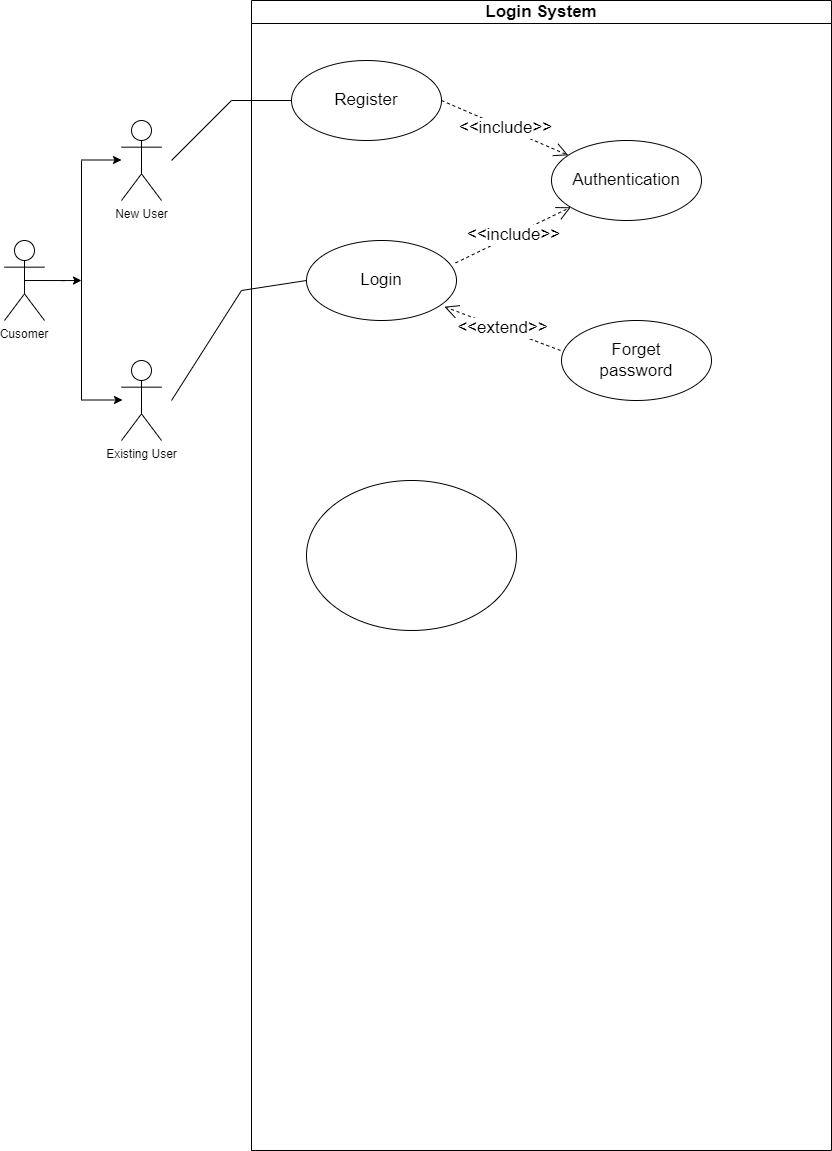
BhavishyaBhojwani/Event-Management-System keeps this draw.io diagram as Login_form.drawio.png. Above is the earlier version. Source tidied: cells renumbered, new cells last; positions are measured from the earlier drawing's top-left corner, leaving out a move shared by most shapes.
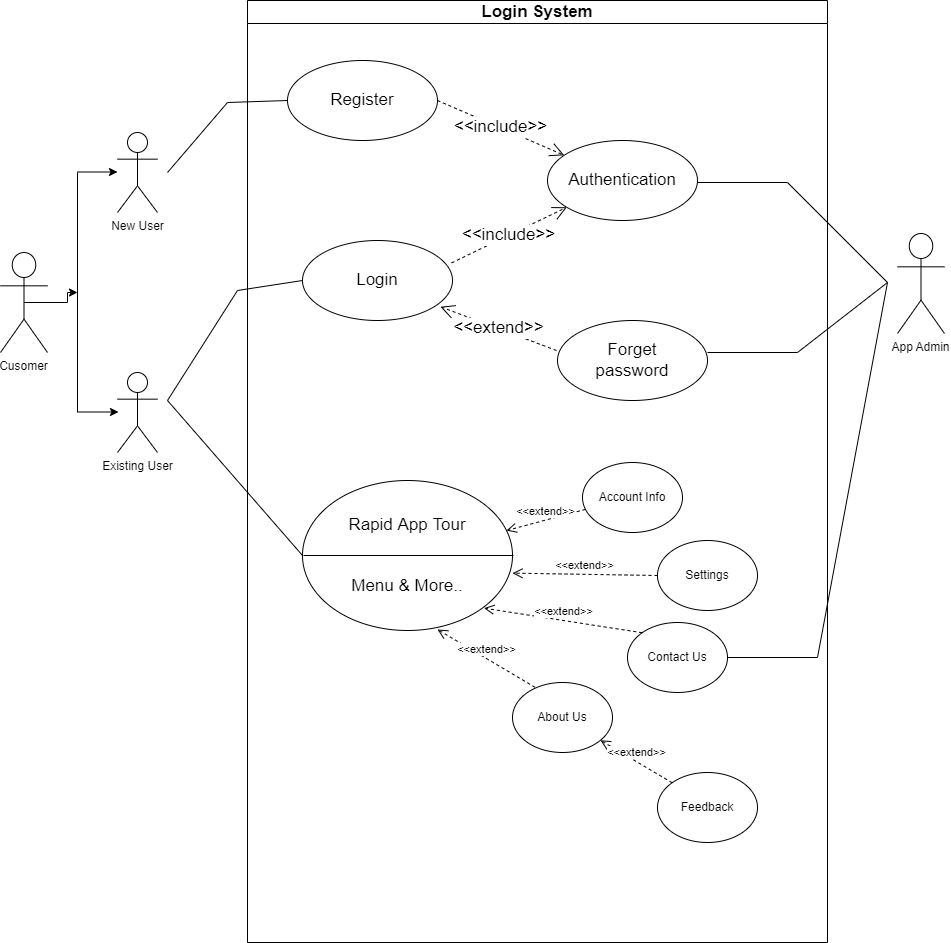
Above is the later version.

The edit, as a diff of the source:
```diff
@@ -8,7 +8,7 @@
       </mxGeometry>
     </mxCell>
     <mxCell id="3" value="Cusomer" style="shape=umlActor;verticalLabelPosition=bottom;verticalAlign=top;outlineConnect=0;" parent="1" vertex="1">
-      <mxGeometry y="240" width="40" height="80" as="geometry" />
+      <mxGeometry y="240" width="47" height="100" as="geometry" />
     </mxCell>
     <mxCell id="4" value="New User" style="shape=umlActor;verticalLabelPosition=bottom;verticalAlign=top;html=1;" parent="1" vertex="1">
       <mxGeometry x="117" y="120" width="40" height="80" as="geometry" />
@@ -35,7 +35,7 @@
       </mxGeometry>
     </mxCell>
     <mxCell id="9" value="&lt;font style=&quot;font-size: 17px;&quot;&gt;Login System&lt;/font&gt;" style="swimlane;whiteSpace=wrap;html=1;align=center;startSize=23;" parent="1" vertex="1">
-      <mxGeometry x="247" width="580" height="1150" as="geometry" />
+      <mxGeometry x="247" y="-12" width="580" height="942" as="geometry" />
     </mxCell>
     <mxCell id="10" value="Register" style="ellipse;whiteSpace=wrap;html=1;fontSize=17;" parent="9" vertex="1">
       <mxGeometry x="40" y="60" width="150" height="80" as="geometry" />
@@ -63,27 +63,88 @@
     </mxCell>
     <mxCell id="17" style="endArrow=none;html=1;rounded=0;fontSize=17;" parent="9" edge="1">
       <mxGeometry relative="1" as="geometry">
-        <mxPoint x="-20" y="100" as="sourcePoint" />
+        <mxPoint x="-80" y="172" as="sourcePoint" />
         <mxPoint x="40" y="100" as="targetPoint" />
+        <Array as="points">
+          <mxPoint x="-20" y="102" />
+        </Array>
       </mxGeometry>
     </mxCell>
-    <mxCell id="18" style="endArrow=none;html=1;rounded=0;fontSize=17;" parent="9" edge="1">
+    <mxCell id="18" style="endArrow=none;html=1;rounded=0;fontSize=17;exitX=0;exitY=0.5;exitDx=0;exitDy=0;" parent="9" edge="1" source="19">
       <mxGeometry relative="1" as="geometry">
-        <mxPoint x="-80" y="400" as="sourcePoint" />
         <mxPoint x="55" y="280" as="targetPoint" />
         <Array as="points">
+          <mxPoint x="-80" y="400" />
           <mxPoint x="-10" y="290" />
         </Array>
       </mxGeometry>
     </mxCell>
-    <mxCell id="19" style="ellipse;whiteSpace=wrap;html=1;fontSize=17;" parent="9" vertex="1">
+    <mxCell id="19" value="Rapid App Tour&lt;br&gt;&lt;br&gt;&lt;br&gt;Menu &amp;amp; More.." style="ellipse;whiteSpace=wrap;html=1;fontSize=17;" parent="9" vertex="1">
       <mxGeometry x="55" y="480" width="210" height="150" as="geometry" />
     </mxCell>
-    <mxCell id="20" style="endArrow=none;html=1;rounded=0;fontSize=17;" parent="1" edge="1">
-      <mxGeometry relative="1" as="geometry">
-        <mxPoint x="167" y="160" as="sourcePoint" />
-        <mxPoint x="227" y="100" as="targetPoint" />
-      </mxGeometry>
-    </mxCell>
+    <mxCell id="21" style="endArrow=none;html=1;rounded=0;exitX=0;exitY=0.5;exitDx=0;exitDy=0;entryX=1;entryY=0.5;entryDx=0;entryDy=0;" parent="9" edge="1">
+      <mxGeometry relative="1" as="geometry">
+        <mxPoint x="56" y="555" as="sourcePoint" />
+        <mxPoint x="266" y="555" as="targetPoint" />
+      </mxGeometry>
+    </mxCell>
+    <mxCell id="22" value="&amp;lt;&amp;lt;extend&amp;gt;&amp;gt;" style="html=1;verticalAlign=bottom;endArrow=open;dashed=1;endSize=8;rounded=0;" parent="9" edge="1" source="23" target="19">
+      <mxGeometry relative="1" as="geometry" />
+    </mxCell>
+    <mxCell id="23" value="Account Info" style="ellipse;whiteSpace=wrap;html=1;" parent="9" vertex="1">
+      <mxGeometry x="335" y="462" width="100" height="70" as="geometry" />
+    </mxCell>
+    <mxCell id="24" value="Settings" style="ellipse;whiteSpace=wrap;html=1;" parent="9" vertex="1">
+      <mxGeometry x="410" y="540" width="100" height="70" as="geometry" />
+    </mxCell>
+    <mxCell id="25" value="Contact Us" style="ellipse;whiteSpace=wrap;html=1;" parent="9" vertex="1">
+      <mxGeometry x="380" y="622" width="100" height="70" as="geometry" />
+    </mxCell>
+    <mxCell id="26" value="About Us" style="ellipse;whiteSpace=wrap;html=1;" parent="9" vertex="1">
+      <mxGeometry x="265" y="682" width="100" height="70" as="geometry" />
+    </mxCell>
+    <mxCell id="27" value="&amp;lt;&amp;lt;extend&amp;gt;&amp;gt;" style="html=1;verticalAlign=bottom;endArrow=open;dashed=1;endSize=8;rounded=0;exitX=0;exitY=0.5;exitDx=0;exitDy=0;" parent="9" edge="1" source="24">
+      <mxGeometry relative="1" as="geometry">
+        <mxPoint x="265" y="572.6" as="targetPoint" />
+      </mxGeometry>
+    </mxCell>
+    <mxCell id="28" value="&amp;lt;&amp;lt;extend&amp;gt;&amp;gt;" style="html=1;verticalAlign=bottom;endArrow=open;dashed=1;endSize=8;rounded=0;exitX=0;exitY=0;exitDx=0;exitDy=0;" parent="9" edge="1" source="25">
+      <mxGeometry relative="1" as="geometry">
+        <mxPoint x="236.5" y="607.6" as="targetPoint" />
+      </mxGeometry>
+    </mxCell>
+    <mxCell id="29" value="&amp;lt;&amp;lt;extend&amp;gt;&amp;gt;" style="html=1;verticalAlign=bottom;endArrow=open;dashed=1;endSize=8;rounded=0;exitX=0.226;exitY=0.069;exitDx=0;exitDy=0;exitPerimeter=0;" parent="9" edge="1" source="26">
+      <mxGeometry relative="1" as="geometry">
+        <mxPoint x="190" y="629" as="targetPoint" />
+      </mxGeometry>
+    </mxCell>
+    <mxCell id="30" value="Feedback" style="ellipse;whiteSpace=wrap;html=1;" parent="9" vertex="1">
+      <mxGeometry x="410" y="772" width="100" height="70" as="geometry" />
+    </mxCell>
+    <mxCell id="31" value="&amp;lt;&amp;lt;extend&amp;gt;&amp;gt;" style="html=1;verticalAlign=bottom;endArrow=open;dashed=1;endSize=8;rounded=0;exitX=0;exitY=0;exitDx=0;exitDy=0;" parent="9" edge="1" source="30" target="26">
+      <mxGeometry relative="1" as="geometry" />
+    </mxCell>
+    <mxCell id="32" style="endArrow=none;html=1;rounded=0;" parent="9" edge="1">
+      <mxGeometry relative="1" as="geometry">
+        <mxPoint x="450" y="182" as="sourcePoint" />
+        <mxPoint x="460" y="352" as="targetPoint" />
+        <Array as="points">
+          <mxPoint x="540" y="182" />
+          <mxPoint x="640" y="282" />
+          <mxPoint x="550" y="352" />
+        </Array>
+      </mxGeometry>
+    </mxCell>
+    <mxCell id="33" value="App Admin" style="shape=umlActor;verticalLabelPosition=bottom;verticalAlign=top;" parent="1" vertex="1">
+      <mxGeometry x="897" y="221" width="47" height="100" as="geometry" />
+    </mxCell>
+    <mxCell id="34" style="endArrow=none;html=1;rounded=0;exitX=1;exitY=0.5;exitDx=0;exitDy=0;" parent="1" edge="1" source="25">
+      <mxGeometry relative="1" as="geometry">
+        <mxPoint x="887" y="270" as="targetPoint" />
+        <Array as="points">
+          <mxPoint x="817" y="645" />
+        </Array>
+      </mxGeometry>
+    </mxCell>
   </root>
 </mxGraphModel>
```
